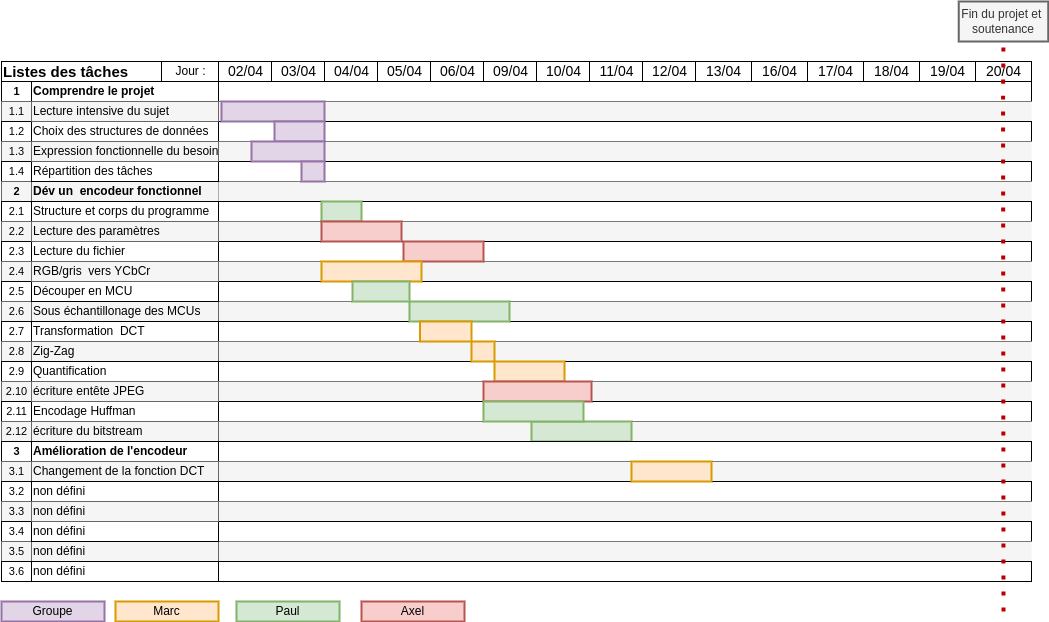
Earlier version of the draw.io export docs/Gantt.drawio.png (Paul-vrn/jpeg-encoder). Source tidied: cells renumbered, new cells last; positions are measured from the earlier drawing's top-left corner, leaving out a move shared by most shapes.
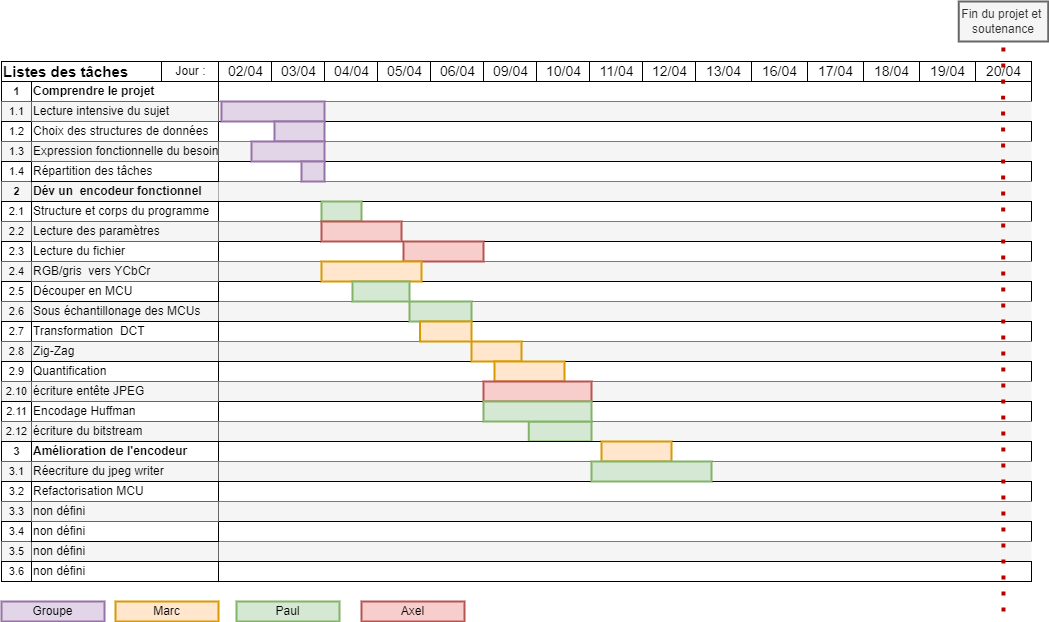
The same file after the commit.

Change to the diagram source:
```diff
@@ -240,10 +240,10 @@
       <mxGeometry x="402" y="240" width="80" height="20" as="geometry" />
     </mxCell>
     <mxCell id="81" style="rounded=0;whiteSpace=wrap;html=1;fillColor=#d5e8d4;strokeColor=#82b366;strokeWidth=2;" parent="1" vertex="1">
-      <mxGeometry x="408" y="300" width="100" height="20" as="geometry" />
+      <mxGeometry x="408" y="300" width="62" height="20" as="geometry" />
     </mxCell>
     <mxCell id="82" style="rounded=0;whiteSpace=wrap;html=1;fillColor=#ffe6cc;strokeColor=#d79b00;strokeWidth=2;" parent="1" vertex="1">
-      <mxGeometry x="470" y="340" width="23" height="20" as="geometry" />
+      <mxGeometry x="470" y="340" width="50" height="20" as="geometry" />
     </mxCell>
     <mxCell id="83" style="rounded=0;whiteSpace=wrap;html=1;fillColor=#ffe6cc;strokeColor=#d79b00;strokeWidth=2;" parent="1" vertex="1">
       <mxGeometry x="493" y="360" width="70" height="20" as="geometry" />
@@ -252,7 +252,7 @@
       <mxGeometry x="482" y="380" width="108" height="20" as="geometry" />
     </mxCell>
     <mxCell id="85" style="rounded=0;whiteSpace=wrap;html=1;fillColor=#d5e8d4;strokeColor=#82b366;strokeWidth=2;" parent="1" vertex="1">
-      <mxGeometry x="530" y="420" width="100" height="20" as="geometry" />
+      <mxGeometry x="527.2" y="420" width="62.8" height="20" as="geometry" />
     </mxCell>
     <mxCell id="86" value="2.12" style="strokeWidth=1;fontStyle=0;html=1;verticalAlign=middle;align=center;strokeColor=#666666;fontColor=#000000;fillColor=#f5f5f5;fontSize=11;fontFamily=Helvetica;" parent="1" vertex="1">
       <mxGeometry y="420" width="30" height="20" as="geometry" />
@@ -278,7 +278,7 @@
     <mxCell id="93" value="3.1" style="strokeWidth=1;fontStyle=0;html=1;verticalAlign=middle;align=center;strokeColor=#666666;fontColor=#000000;fillColor=#f5f5f5;fontSize=11;fontFamily=Helvetica;" parent="1" vertex="1">
       <mxGeometry y="460" width="30" height="20" as="geometry" />
     </mxCell>
-    <mxCell id="94" value="Changement de la fonction DCT" style="align=left;html=1;strokeColor=#666666;perimeterSpacing=0;fillColor=#f5f5f5;" parent="1" vertex="1">
+    <mxCell id="94" value="Réecriture du jpeg writer" style="align=left;html=1;strokeColor=#666666;perimeterSpacing=0;fillColor=#f5f5f5;" parent="1" vertex="1">
       <mxGeometry x="30" y="460" width="187" height="20" as="geometry" />
     </mxCell>
     <mxCell id="95" value="3.2" style="strokeWidth=1;fontStyle=0;html=1;verticalAlign=middle;align=center;fontSize=11;fontFamily=Helvetica;fontColor=#000000;" parent="1" vertex="1">
@@ -317,7 +317,7 @@
     <mxCell id="106" value="non défini" style="align=left;html=1;perimeterSpacing=0;" parent="1" vertex="1">
       <mxGeometry x="30" y="520" width="187" height="20" as="geometry" />
     </mxCell>
-    <mxCell id="107" value="non défini" style="align=left;html=1;perimeterSpacing=0;" parent="1" vertex="1">
+    <mxCell id="107" value="Refactorisation MCU" style="align=left;html=1;perimeterSpacing=0;" parent="1" vertex="1">
       <mxGeometry x="30" y="480" width="187" height="20" as="geometry" />
     </mxCell>
     <mxCell id="108" value="non défini" style="align=left;html=1;strokeColor=#666666;perimeterSpacing=0;fillColor=#f5f5f5;" parent="1" vertex="1">
@@ -327,7 +327,7 @@
       <mxGeometry x="30" y="560" width="187" height="20" as="geometry" />
     </mxCell>
     <mxCell id="110" style="rounded=0;whiteSpace=wrap;html=1;fillColor=#ffe6cc;strokeColor=#d79b00;strokeWidth=2;" parent="1" vertex="1">
-      <mxGeometry x="630" y="460" width="80" height="20" as="geometry" />
+      <mxGeometry x="600" y="440" width="70" height="20" as="geometry" />
     </mxCell>
     <mxCell id="111" style="endArrow=none;dashed=1;html=1;dashPattern=1 3;strokeWidth=4;fontSize=12;fillColor=#f8cecc;strokeColor=#B80000;" parent="1" edge="1">
       <mxGeometry relative="1" as="geometry">
@@ -355,7 +355,10 @@
       <mxGeometry x="418.5" y="320" width="51.5" height="20" as="geometry" />
     </mxCell>
     <mxCell id="117" style="rounded=0;whiteSpace=wrap;html=1;fillColor=#d5e8d4;strokeColor=#82b366;strokeWidth=2;" parent="1" vertex="1">
-      <mxGeometry x="482" y="400" width="100" height="20" as="geometry" />
+      <mxGeometry x="482" y="400" width="108" height="20" as="geometry" />
     </mxCell>
+    <mxCell id="118" style="rounded=0;whiteSpace=wrap;html=1;fillColor=#d5e8d4;strokeColor=#82b366;strokeWidth=2;" parent="1" vertex="1">
+      <mxGeometry x="590" y="460" width="120" height="20" as="geometry" />
+    </mxCell>
   </root>
 </mxGraphModel>
```
